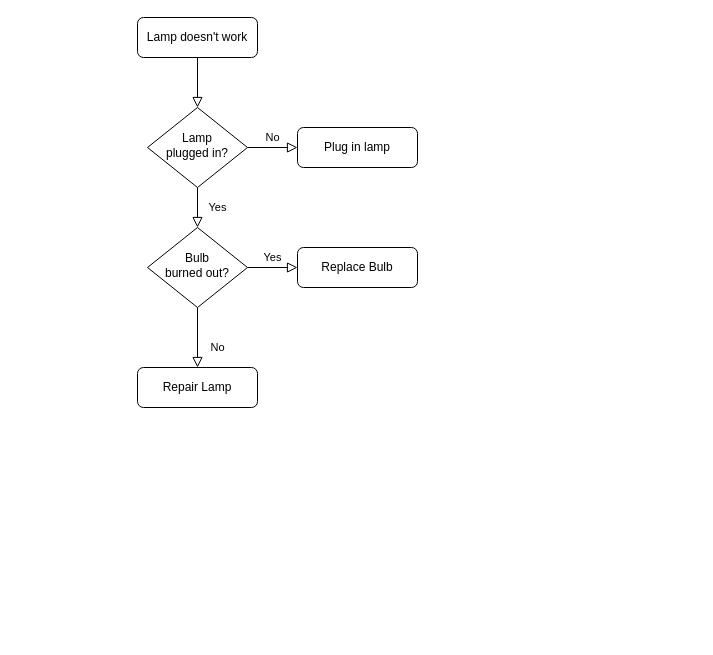
Before: Untitled Diagram.drawio in dredger/drawIO, a draw.io diagram. Source tidied: cells renumbered, new cells numbered last; positions are measured from the earlier drawing's top-left corner, leaving out a move shared by most shapes. Both pictures are drawn from the tidied source at 100%, with x=0, y=0 at pixel (137, 17).
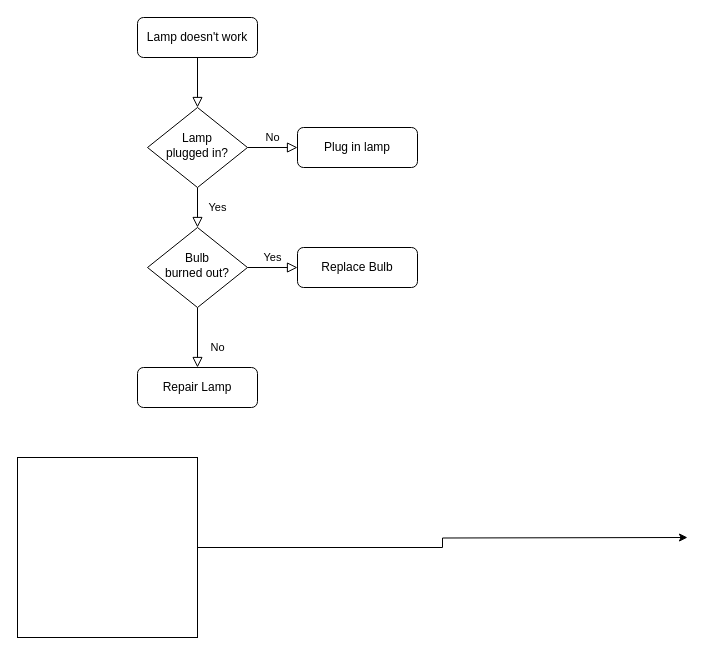
The same diagram, later.

Change to the diagram source:
```diff
@@
 <mxGraphModel>
   <root>
     <mxCell id="0" />
     <mxCell id="1" parent="0" />
     <mxCell id="2" style="rounded=0;html=1;jettySize=auto;fontSize=11;endArrow=block;endFill=0;endSize=8;strokeWidth=1;shadow=0;labelBackgroundColor=none;edgeStyle=orthogonalEdgeStyle;" parent="1" edge="1" source="3" target="6">
       <mxGeometry relative="1" as="geometry" />
     </mxCell>
     <mxCell id="3" value="Lamp doesn't work" style="rounded=1;whiteSpace=wrap;html=1;fontSize=12;glass=0;strokeWidth=1;shadow=0;" parent="1" vertex="1">
       <mxGeometry width="120" height="40" as="geometry" />
     </mxCell>
     <mxCell id="4" value="Yes" style="rounded=0;html=1;jettySize=auto;fontSize=11;endArrow=block;endFill=0;endSize=8;strokeWidth=1;shadow=0;labelBackgroundColor=none;edgeStyle=orthogonalEdgeStyle;" parent="1" edge="1" source="6" target="10">
       <mxGeometry y="20" relative="1" as="geometry" />
     </mxCell>
     <mxCell id="5" value="No" style="edgeStyle=orthogonalEdgeStyle;rounded=0;html=1;jettySize=auto;fontSize=11;endArrow=block;endFill=0;endSize=8;strokeWidth=1;shadow=0;labelBackgroundColor=none;" parent="1" edge="1" source="6" target="7">
       <mxGeometry y="10" relative="1" as="geometry" />
     </mxCell>
     <mxCell id="6" value="Lamp&lt;br&gt;plugged in?" style="rhombus;whiteSpace=wrap;html=1;shadow=0;fontFamily=Helvetica;fontSize=12;align=center;strokeWidth=1;spacing=6;spacingTop=-4;" parent="1" vertex="1">
       <mxGeometry x="10" y="90" width="100" height="80" as="geometry" />
     </mxCell>
     <mxCell id="7" value="Plug in lamp" style="rounded=1;whiteSpace=wrap;html=1;fontSize=12;glass=0;strokeWidth=1;shadow=0;" parent="1" vertex="1">
       <mxGeometry x="160" y="110" width="120" height="40" as="geometry" />
     </mxCell>
     <mxCell id="8" value="No" style="rounded=0;html=1;jettySize=auto;fontSize=11;endArrow=block;endFill=0;endSize=8;strokeWidth=1;shadow=0;labelBackgroundColor=none;edgeStyle=orthogonalEdgeStyle;" parent="1" edge="1" source="10" target="11">
       <mxGeometry x="0.33" y="20" relative="1" as="geometry" />
     </mxCell>
     <mxCell id="9" value="Yes" style="edgeStyle=orthogonalEdgeStyle;rounded=0;html=1;jettySize=auto;fontSize=11;endArrow=block;endFill=0;endSize=8;strokeWidth=1;shadow=0;labelBackgroundColor=none;" parent="1" edge="1" source="10" target="12">
       <mxGeometry y="10" relative="1" as="geometry" />
     </mxCell>
     <mxCell id="10" value="Bulb&lt;br&gt;burned out?" style="rhombus;whiteSpace=wrap;html=1;shadow=0;fontFamily=Helvetica;fontSize=12;align=center;strokeWidth=1;spacing=6;spacingTop=-4;" parent="1" vertex="1">
       <mxGeometry x="10" y="210" width="100" height="80" as="geometry" />
     </mxCell>
     <mxCell id="11" value="Repair Lamp" style="rounded=1;whiteSpace=wrap;html=1;fontSize=12;glass=0;strokeWidth=1;shadow=0;" parent="1" vertex="1">
       <mxGeometry y="350" width="120" height="40" as="geometry" />
     </mxCell>
     <mxCell id="12" value="Replace Bulb" style="rounded=1;whiteSpace=wrap;html=1;fontSize=12;glass=0;strokeWidth=1;shadow=0;" parent="1" vertex="1">
       <mxGeometry x="160" y="230" width="120" height="40" as="geometry" />
     </mxCell>
+    <mxCell id="13" style="edgeStyle=orthogonalEdgeStyle;rounded=0;jettySize=auto;html=1;" parent="1" edge="1" source="14">
+      <mxGeometry relative="1" as="geometry">
+        <mxPoint x="550" y="520" as="targetPoint" />
+      </mxGeometry>
+    </mxCell>
+    <mxCell id="14" style="whiteSpace=wrap;html=1;" parent="1" vertex="1">
+      <mxGeometry x="-120" y="440" width="180" height="180" as="geometry" />
+    </mxCell>
   </root>
 </mxGraphModel>
```
